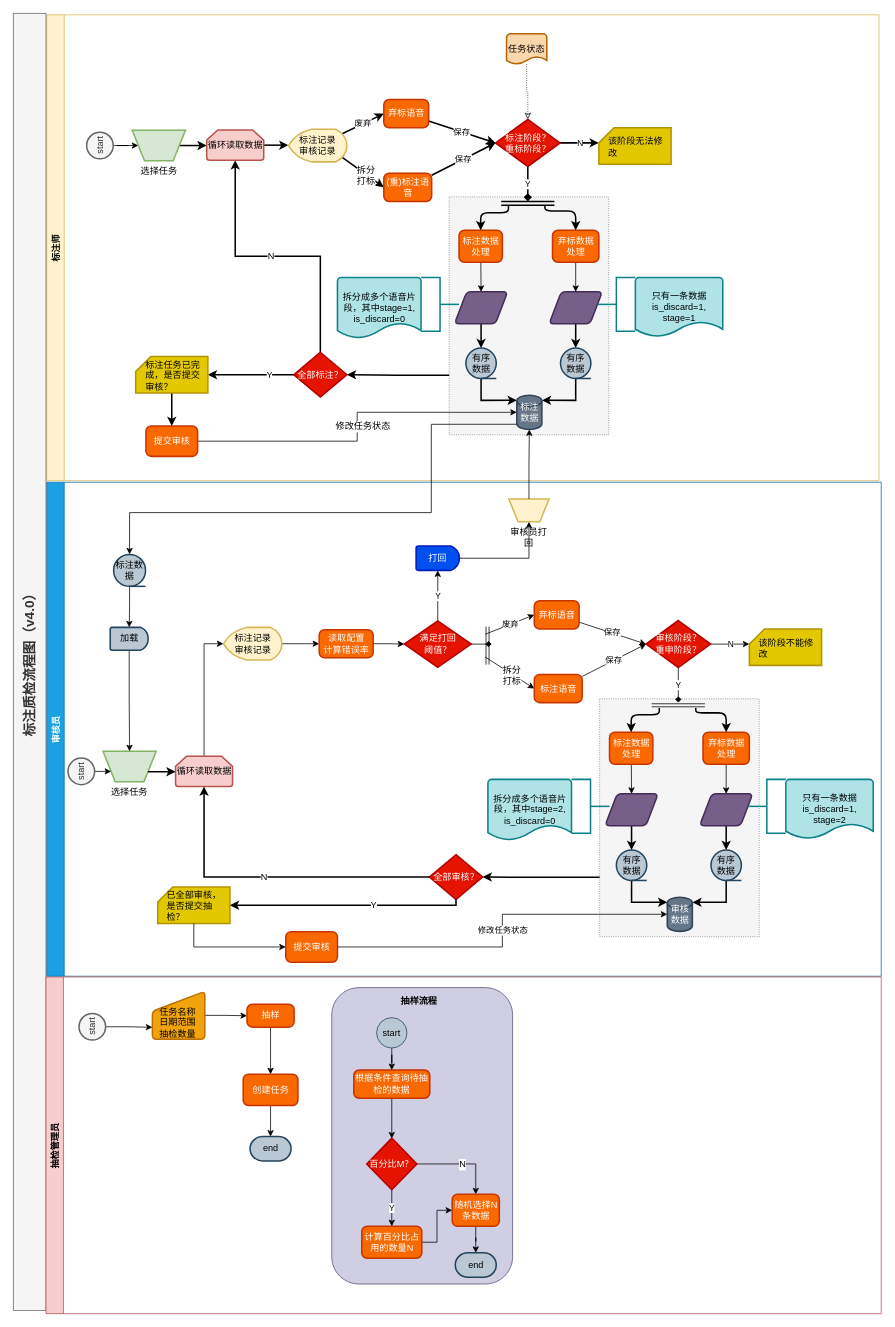
gumuqi/draw.io keeps this draw.io diagram as 标注完整流程图.drawio. Above is the earlier version. Source tidied: cells renumbered, new cells numbered last; positions are measured from the earlier drawing's top-left corner, leaving out a move shared by most shapes. Both pictures are drawn from the tidied source at 76%, with x=0, y=0 at pixel (13, -169).
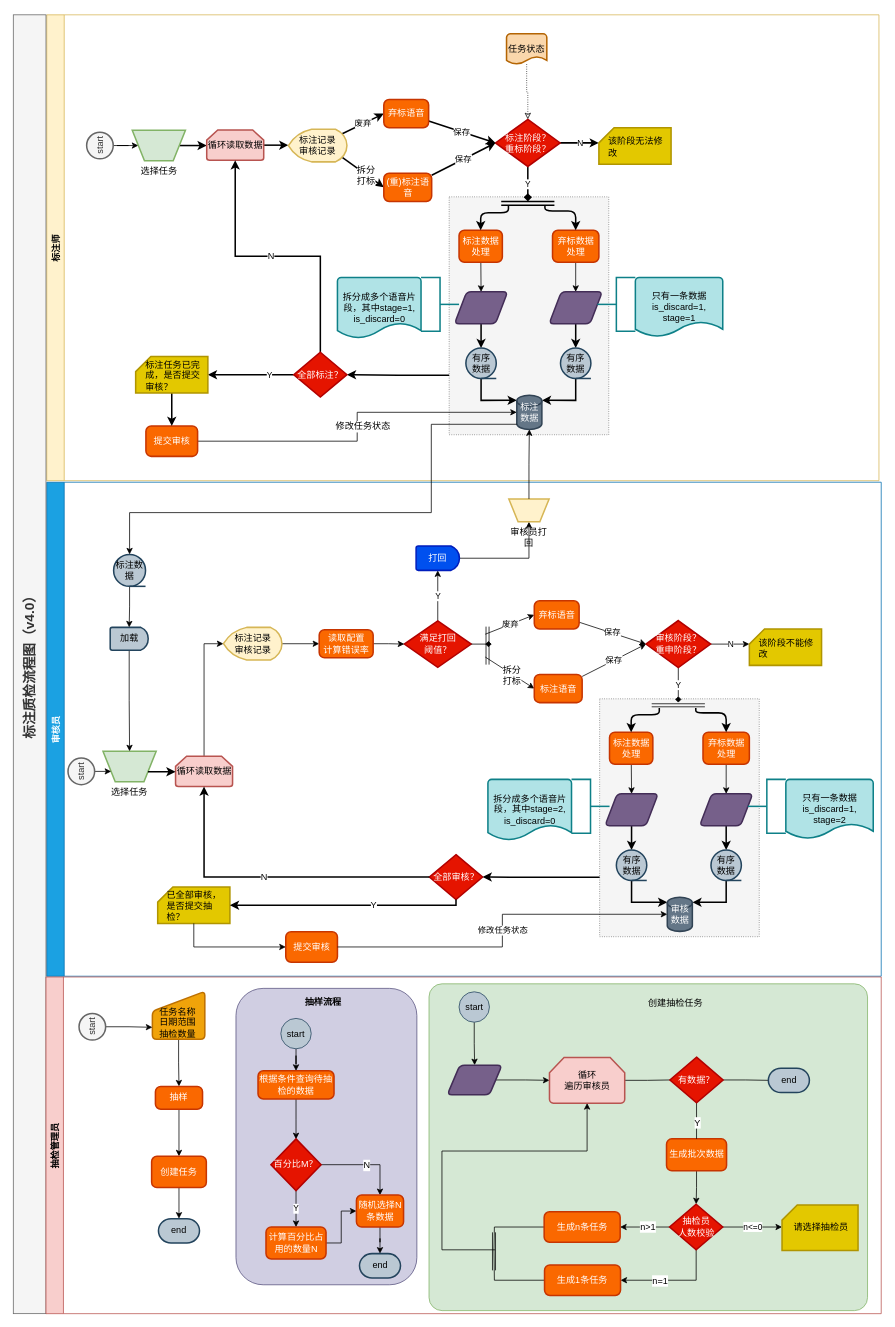
Above is the later version.

Commit message (it also covers changes not shown here):
更新标注完整流程图.drawio

Unchanged cells that the change refers to:
```xml
<mxCell id="119" value="抽检管理员" style="swimlane;fillColor=#f8cecc;strokeColor=#b85450;rotation=-90;" parent="1" vertex="1">
  <mxGeometry x="371" y="1179" width="443" height="1099" as="geometry" />
</mxCell>
<mxCell id="122" style="verticalLabelPosition=bottom;verticalAlign=top;html=1;strokeWidth=2;shape=manualInput;whiteSpace=wrap;rounded=1;size=26;arcSize=11;fillColor=#f0a30a;strokeColor=#BD7000;fontColor=#ffffff;" parent="119" vertex="1">
  <mxGeometry x="-188" y="347" width="69" height="63" as="geometry" />
</mxCell>
```

Change to the diagram source:
```diff
@@
+    <mxCell id="151" style="rounded=1;whiteSpace=wrap;html=1;arcSize=4;fillColor=#d5e8d4;strokeColor=#82b366;" parent="1" vertex="1">
+      <mxGeometry x="547" y="1516" width="577" height="430" as="geometry" />
+    </mxCell>
@@
     <mxCell id="118" value="&lt;b style=&quot;font-size: 18px&quot;&gt;标注质检流程图（v4.0）&lt;br&gt;&lt;/b&gt;" style="rounded=0;whiteSpace=wrap;html=1;fillColor=#f5f5f5;align=center;verticalAlign=middle;horizontal=0;strokeColor=#666666;fontColor=#333333;" parent="1" vertex="1">
-      <mxGeometry y="239" width="43" height="1707" as="geometry" />
+      <mxGeometry y="241" width="43" height="1709" as="geometry" />
     </mxCell>
@@
     <mxCell id="120" style="rounded=1;whiteSpace=wrap;html=1;fillColor=#d0cee2;strokeColor=#56517e;" parent="119" vertex="1">
-      <mxGeometry x="48" y="342" width="238" height="390" as="geometry" />
+      <mxGeometry x="-78" y="343" width="238" height="390" as="geometry" />
     </mxCell>
-    <mxCell id="121" style="edgeStyle=orthogonalEdgeStyle;rounded=0;jettySize=auto;html=1;entryX=0;entryY=0.5;entryDx=0;entryDy=0;endArrow=classic;endFill=1;strokeWidth=1;" parent="119" edge="1" source="122" target="126">
+    <mxCell id="121" style="edgeStyle=orthogonalEdgeStyle;rounded=0;jettySize=auto;html=1;entryX=0.5;entryY=0;entryDx=0;entryDy=0;endArrow=classic;endFill=1;strokeWidth=1;" parent="119" edge="1" source="122" target="126">
       <mxGeometry relative="1" as="geometry" />
     </mxCell>
@@
     <mxCell id="126" value="抽样" style="rounded=1;whiteSpace=wrap;html=1;absoluteArcSize=1;arcSize=14;strokeWidth=2;fillColor=#fa6800;strokeColor=#C73500;fontColor=#ffffff;" parent="119" vertex="1">
-      <mxGeometry x="-63.5" y="364" width="62" height="30" as="geometry" />
+      <mxGeometry x="-184" y="472" width="62" height="30" as="geometry" />
     </mxCell>
@@
     <mxCell id="128" value="创建任务" style="rounded=1;whiteSpace=wrap;html=1;absoluteArcSize=1;arcSize=14;strokeWidth=2;fillColor=#fa6800;strokeColor=#C73500;fontColor=#ffffff;" parent="119" vertex="1">
-      <mxGeometry x="-68.5" y="456" width="72" height="41" as="geometry" />
+      <mxGeometry x="-189" y="564" width="72" height="41" as="geometry" />
     </mxCell>
     <mxCell id="129" value="end" style="strokeWidth=2;html=1;shape=mxgraph.flowchart.terminator;whiteSpace=wrap;fillColor=#bac8d3;strokeColor=#23445d;horizontal=1;" parent="119" vertex="1">
-      <mxGeometry x="-59.5" y="538" width="54" height="32" as="geometry" />
+      <mxGeometry x="-180" y="646" width="54" height="32" as="geometry" />
     </mxCell>
@@
     <mxCell id="131" style="edgeStyle=orthogonalEdgeStyle;rounded=0;jettySize=auto;html=1;entryX=0.5;entryY=0;entryDx=0;entryDy=0;entryPerimeter=0;endArrow=classic;endFill=1;strokeWidth=1;" parent="119" edge="1" source="132">
       <mxGeometry relative="1" as="geometry">
-        <mxPoint x="127" y="540.5" as="targetPoint" />
+        <mxPoint x="1" y="541.5" as="targetPoint" />
       </mxGeometry>
     </mxCell>
     <mxCell id="132" value="根据条件查询待抽检的数据" style="rounded=1;whiteSpace=wrap;html=1;absoluteArcSize=1;arcSize=14;strokeWidth=2;fillColor=#fa6800;strokeColor=#C73500;fontColor=#ffffff;" parent="119" vertex="1">
-      <mxGeometry x="77" y="450.5" width="100" height="37" as="geometry" />
+      <mxGeometry x="-49" y="451.5" width="100" height="37" as="geometry" />
     </mxCell>
@@
     <mxCell id="134" value="计算百分比占用的数量N" style="rounded=1;whiteSpace=wrap;html=1;absoluteArcSize=1;arcSize=14;strokeWidth=2;fillColor=#fa6800;strokeColor=#C73500;fontColor=#ffffff;" parent="119" vertex="1">
-      <mxGeometry x="87.5" y="656" width="79" height="42" as="geometry" />
+      <mxGeometry x="-38.5" y="657" width="79" height="42" as="geometry" />
     </mxCell>
@@
     <mxCell id="138" value="百分比M？" style="strokeWidth=2;html=1;shape=mxgraph.flowchart.decision;whiteSpace=wrap;fillColor=#e51400;strokeColor=#B20000;fontColor=#ffffff;" parent="119" vertex="1">
-      <mxGeometry x="94" y="540" width="66" height="68" as="geometry" />
+      <mxGeometry x="-32" y="541" width="66" height="68" as="geometry" />
     </mxCell>
@@
     <mxCell id="140" value="随机选择N条数据" style="rounded=1;whiteSpace=wrap;html=1;absoluteArcSize=1;arcSize=14;strokeWidth=2;fillColor=#fa6800;strokeColor=#C73500;fontColor=#ffffff;" parent="119" vertex="1">
-      <mxGeometry x="206.5" y="614" width="62" height="42" as="geometry" />
+      <mxGeometry x="80.5" y="615" width="62" height="42" as="geometry" />
     </mxCell>
     <mxCell id="141" value="end" style="strokeWidth=2;html=1;shape=mxgraph.flowchart.terminator;whiteSpace=wrap;fillColor=#bac8d3;strokeColor=#23445d;horizontal=1;" parent="119" vertex="1">
-      <mxGeometry x="210.5" y="691" width="54" height="32" as="geometry" />
+      <mxGeometry x="84.5" y="692" width="54" height="32" as="geometry" />
     </mxCell>
@@
     <mxCell id="143" value="start" style="ellipse;whiteSpace=wrap;html=1;fillColor=#bac8d3;strokeColor=#23445d;" parent="119" vertex="1">
-      <mxGeometry x="107" y="381.5" width="40" height="40" as="geometry" />
+      <mxGeometry x="-19" y="382.5" width="40" height="40" as="geometry" />
     </mxCell>
     <mxCell id="144" value="&lt;b&gt;抽样流程&lt;/b&gt;" style="text;html=1;strokeColor=none;fillColor=none;align=center;verticalAlign=middle;whiteSpace=wrap;rounded=0;" parent="119" vertex="1">
-      <mxGeometry x="120.5" y="350" width="84" height="20" as="geometry" />
+      <mxGeometry x="-5.5" y="351" width="84" height="20" as="geometry" />
     </mxCell>
@@
+    <mxCell id="152" style="edgeStyle=orthogonalEdgeStyle;rounded=0;jettySize=auto;html=1;exitX=0.5;exitY=1;exitDx=0;exitDy=0;entryX=0.5;entryY=0;entryDx=0;entryDy=0;endArrow=classic;endFill=1;strokeWidth=1;" parent="1" edge="1" source="153" target="155">
+      <mxGeometry relative="1" as="geometry" />
+    </mxCell>
+    <mxCell id="153" value="start" style="ellipse;whiteSpace=wrap;html=1;fillColor=#bac8d3;strokeColor=#23445d;" parent="1" vertex="1">
+      <mxGeometry x="586.5" y="1526.5" width="40" height="40" as="geometry" />
+    </mxCell>
+    <mxCell id="154" style="edgeStyle=orthogonalEdgeStyle;rounded=0;jettySize=auto;html=1;entryX=0;entryY=0.5;entryDx=0;entryDy=0;entryPerimeter=0;endArrow=classic;endFill=1;strokeWidth=1;exitX=1;exitY=0.5;exitDx=0;exitDy=0;" parent="1" edge="1" source="155" target="159">
+      <mxGeometry relative="1" as="geometry" />
+    </mxCell>
+    <mxCell id="155" style="verticalLabelPosition=bottom;verticalAlign=top;html=1;strokeWidth=2;shape=parallelogram;perimeter=parallelogramPerimeter;whiteSpace=wrap;rounded=1;arcSize=12;size=0.23;fillColor=#76608a;strokeColor=#432D57;fontColor=#ffffff;" parent="1" vertex="1">
+      <mxGeometry x="571" y="1623" width="72" height="39" as="geometry" />
+    </mxCell>
+    <mxCell id="156" style="edgeStyle=orthogonalEdgeStyle;rounded=0;jettySize=auto;html=1;entryX=0.5;entryY=0;entryDx=0;entryDy=0;entryPerimeter=0;endArrow=classic;endFill=1;strokeWidth=1;" parent="1" edge="1" source="157" target="165">
+      <mxGeometry relative="1" as="geometry" />
+    </mxCell>
+    <mxCell id="157" value="生成批次数据" style="rounded=1;whiteSpace=wrap;html=1;absoluteArcSize=1;arcSize=14;strokeWidth=2;fillColor=#fa6800;strokeColor=#C73500;fontColor=#ffffff;" parent="1" vertex="1">
+      <mxGeometry x="859.5" y="1720" width="79" height="42" as="geometry" />
+    </mxCell>
+    <mxCell id="158" style="edgeStyle=orthogonalEdgeStyle;rounded=0;jettySize=auto;html=1;entryX=0;entryY=0.5;entryDx=0;entryDy=0;entryPerimeter=0;endArrow=none;endFill=0;strokeWidth=1;" parent="1" edge="1" source="159" target="176">
+      <mxGeometry relative="1" as="geometry" />
+    </mxCell>
+    <mxCell id="159" value="循环&lt;br&gt;遍历审核员" style="strokeWidth=2;html=1;shape=mxgraph.flowchart.loop_limit;whiteSpace=wrap;fillColor=#f8cecc;strokeColor=#b85450;" parent="1" vertex="1">
+      <mxGeometry x="705.5" y="1613" width="99" height="60" as="geometry" />
+    </mxCell>
+    <mxCell id="160" style="edgeStyle=orthogonalEdgeStyle;rounded=0;jettySize=auto;html=1;entryX=1;entryY=0.5;entryDx=0;entryDy=0;endArrow=classic;endFill=1;strokeWidth=1;exitX=0.5;exitY=1;exitDx=0;exitDy=0;exitPerimeter=0;" parent="1" edge="1" source="165" target="169">
+      <mxGeometry relative="1" as="geometry" />
+    </mxCell>
+    <mxCell id="161" value="n=1" style="text;html=1;align=center;verticalAlign=middle;labelBackgroundColor=#ffffff;" parent="160" vertex="1">
+      <mxGeometry x="0.26" relative="1" as="geometry" />
+    </mxCell>
+    <mxCell id="162" style="edgeStyle=orthogonalEdgeStyle;rounded=0;jettySize=auto;html=1;entryX=1;entryY=0.5;entryDx=0;entryDy=0;endArrow=classic;endFill=1;strokeWidth=1;" parent="1" edge="1" source="165" target="167">
+      <mxGeometry relative="1" as="geometry" />
+    </mxCell>
+    <mxCell id="163" value="n&amp;gt;1" style="text;html=1;align=center;verticalAlign=middle;labelBackgroundColor=#ffffff;" parent="162" vertex="1">
+      <mxGeometry x="-0.11" y="-1" relative="1" as="geometry" />
+    </mxCell>
+    <mxCell id="164" value="n&amp;lt;=0" style="edgeStyle=orthogonalEdgeStyle;rounded=0;jettySize=auto;html=1;entryX=0;entryY=0.5;entryDx=0;entryDy=0;endArrow=classic;endFill=1;strokeWidth=1;" parent="1" edge="1" source="165">
+      <mxGeometry relative="1" as="geometry">
+        <mxPoint x="1011.5" y="1836" as="targetPoint" />
+      </mxGeometry>
+    </mxCell>
+    <mxCell id="165" value="抽检员&lt;br&gt;人数校验" style="strokeWidth=2;html=1;shape=mxgraph.flowchart.decision;whiteSpace=wrap;fillColor=#e51400;strokeColor=#B20000;fontColor=#ffffff;" parent="1" vertex="1">
+      <mxGeometry x="863.5" y="1806" width="70" height="60" as="geometry" />
+    </mxCell>
+    <mxCell id="166" style="edgeStyle=orthogonalEdgeStyle;rounded=0;jettySize=auto;html=1;endArrow=none;endFill=0;strokeWidth=1;" parent="1" edge="1" source="167">
+      <mxGeometry relative="1" as="geometry">
+        <mxPoint x="632.5" y="1866" as="targetPoint" />
+      </mxGeometry>
+    </mxCell>
+    <mxCell id="167" value="生成n条任务" style="rounded=1;whiteSpace=wrap;html=1;absoluteArcSize=1;arcSize=14;strokeWidth=2;fillColor=#fa6800;strokeColor=#C73500;fontColor=#ffffff;" parent="1" vertex="1">
+      <mxGeometry x="698.5" y="1816" width="100" height="40" as="geometry" />
+    </mxCell>
+    <mxCell id="168" style="edgeStyle=orthogonalEdgeStyle;rounded=0;jettySize=auto;html=1;endArrow=none;endFill=0;strokeWidth=1;" parent="1" edge="1" source="169">
+      <mxGeometry relative="1" as="geometry">
+        <mxPoint x="632.5" y="1866" as="targetPoint" />
+      </mxGeometry>
+    </mxCell>
+    <mxCell id="169" value="生成1条任务" style="rounded=1;whiteSpace=wrap;html=1;absoluteArcSize=1;arcSize=14;strokeWidth=2;fillColor=#fa6800;strokeColor=#C73500;fontColor=#ffffff;" parent="1" vertex="1">
+      <mxGeometry x="699" y="1886" width="100" height="40" as="geometry" />
+    </mxCell>
+    <mxCell id="170" style="verticalLabelPosition=bottom;verticalAlign=top;html=1;strokeWidth=2;shape=card;whiteSpace=wrap;size=20;arcSize=12;fillColor=#e3c800;strokeColor=#B09500;fontColor=#ffffff;" parent="1" vertex="1">
+      <mxGeometry x="1011.5" y="1807" width="100" height="60" as="geometry" />
+    </mxCell>
+    <mxCell id="171" style="edgeStyle=orthogonalEdgeStyle;rounded=0;jettySize=auto;html=1;endArrow=classic;endFill=1;strokeWidth=1;entryX=0.5;entryY=1;entryDx=0;entryDy=0;entryPerimeter=0;" parent="1" edge="1" target="159">
+      <mxGeometry relative="1" as="geometry">
+        <mxPoint x="634" y="1866" as="sourcePoint" />
+        <Array as="points">
+          <mxPoint x="634" y="1866" />
+          <mxPoint x="564" y="1866" />
+          <mxPoint x="564" y="1736" />
+          <mxPoint x="755" y="1736" />
+        </Array>
+      </mxGeometry>
+    </mxCell>
+    <mxCell id="172" style="shape=link;html=1;endArrow=classic;endFill=1;strokeWidth=1;" parent="1" edge="1">
+      <mxGeometry relative="1" as="geometry">
+        <mxPoint x="632.5" y="1893" as="sourcePoint" />
+        <mxPoint x="632.5" y="1843" as="targetPoint" />
+      </mxGeometry>
+    </mxCell>
+    <mxCell id="173" style="edgeStyle=orthogonalEdgeStyle;rounded=0;jettySize=auto;html=1;entryX=0.5;entryY=0;entryDx=0;entryDy=0;endArrow=none;endFill=0;strokeWidth=1;" parent="1" edge="1" source="176" target="157">
+      <mxGeometry relative="1" as="geometry" />
+    </mxCell>
+    <mxCell id="174" value="Y" style="text;html=1;align=center;verticalAlign=middle;labelBackgroundColor=#ffffff;" parent="173" vertex="1">
+      <mxGeometry x="0.1" relative="1" as="geometry" />
+    </mxCell>
+    <mxCell id="175" style="edgeStyle=orthogonalEdgeStyle;rounded=0;jettySize=auto;html=1;entryX=0;entryY=0.5;entryDx=0;entryDy=0;entryPerimeter=0;endArrow=none;endFill=0;strokeWidth=1;" parent="1" edge="1" source="176" target="177">
+      <mxGeometry relative="1" as="geometry" />
+    </mxCell>
+    <mxCell id="176" value="有数据？" style="strokeWidth=2;html=1;shape=mxgraph.flowchart.decision;whiteSpace=wrap;fillColor=#e51400;strokeColor=#B20000;fontColor=#ffffff;" parent="1" vertex="1">
+      <mxGeometry x="864" y="1612.5" width="70" height="60" as="geometry" />
+    </mxCell>
+    <mxCell id="177" value="end" style="strokeWidth=2;html=1;shape=mxgraph.flowchart.terminator;whiteSpace=wrap;fillColor=#bac8d3;strokeColor=#23445d;horizontal=1;" parent="1" vertex="1">
+      <mxGeometry x="993.5" y="1627" width="54" height="32" as="geometry" />
+    </mxCell>
+    <mxCell id="178" value="请选择抽检员" style="text;html=1;strokeColor=none;fillColor=none;align=center;verticalAlign=middle;whiteSpace=wrap;rounded=0;" parent="1" vertex="1">
+      <mxGeometry x="1022.5" y="1826" width="80" height="20" as="geometry" />
+    </mxCell>
+    <mxCell id="179" value="创建抽检任务" style="text;html=1;strokeColor=none;fillColor=none;align=center;verticalAlign=middle;whiteSpace=wrap;rounded=0;" parent="1" vertex="1">
+      <mxGeometry x="828" y="1532" width="87" height="20" as="geometry" />
+    </mxCell>
```
